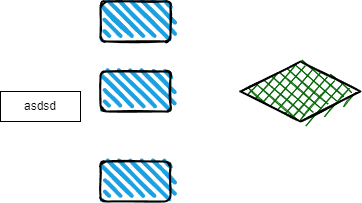
The draw.io diagram 博客分类.drawio.png in HaloBoys/Diagrams, before a commit. Source tidied: cells renumbered, new cells last; positions are measured from the earlier drawing's top-left corner, leaving out a move shared by most shapes.
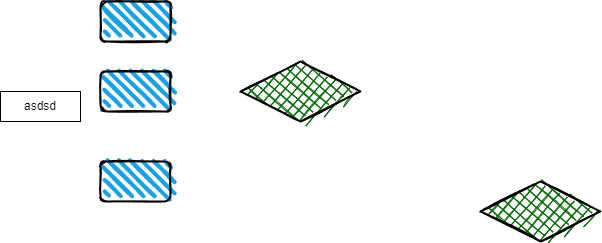
Later version of the same file.

Commit message:
更新博客分类.drawio.png

Change to the diagram source:
```diff
@@ -17,5 +17,8 @@
     <mxCell id="6" style="rhombus;whiteSpace=wrap;html=1;strokeWidth=2;fillWeight=-1;hachureGap=8;fillStyle=cross-hatch;fillColor=#006600;sketch=1;" parent="1" vertex="1">
       <mxGeometry x="240" y="60" width="120" height="60" as="geometry" />
     </mxCell>
+    <mxCell id="7" style="rhombus;whiteSpace=wrap;html=1;strokeWidth=2;fillWeight=-1;hachureGap=8;fillStyle=cross-hatch;fillColor=#006600;sketch=1;" parent="1" vertex="1">
+      <mxGeometry x="480" y="180" width="120" height="60" as="geometry" />
+    </mxCell>
   </root>
 </mxGraphModel>
```
